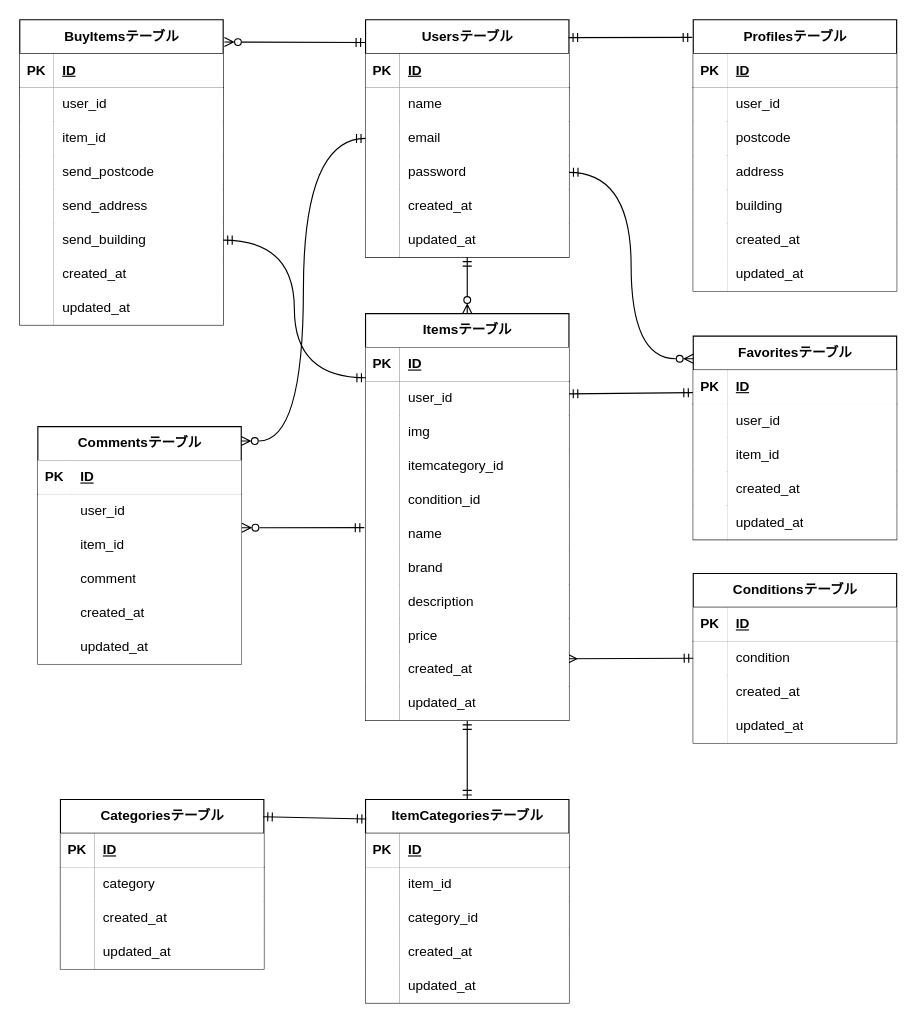
The draw.io diagram src/design/er.drawio in hisano-satomi/flea-market, before the edit. Source tidied: cells renumbered, new cells numbered last; positions are measured from the earlier drawing's top-left corner, leaving out a move shared by most shapes. Both pictures are drawn from the tidied source at 113%, with x=0, y=0 at pixel (19, 19).
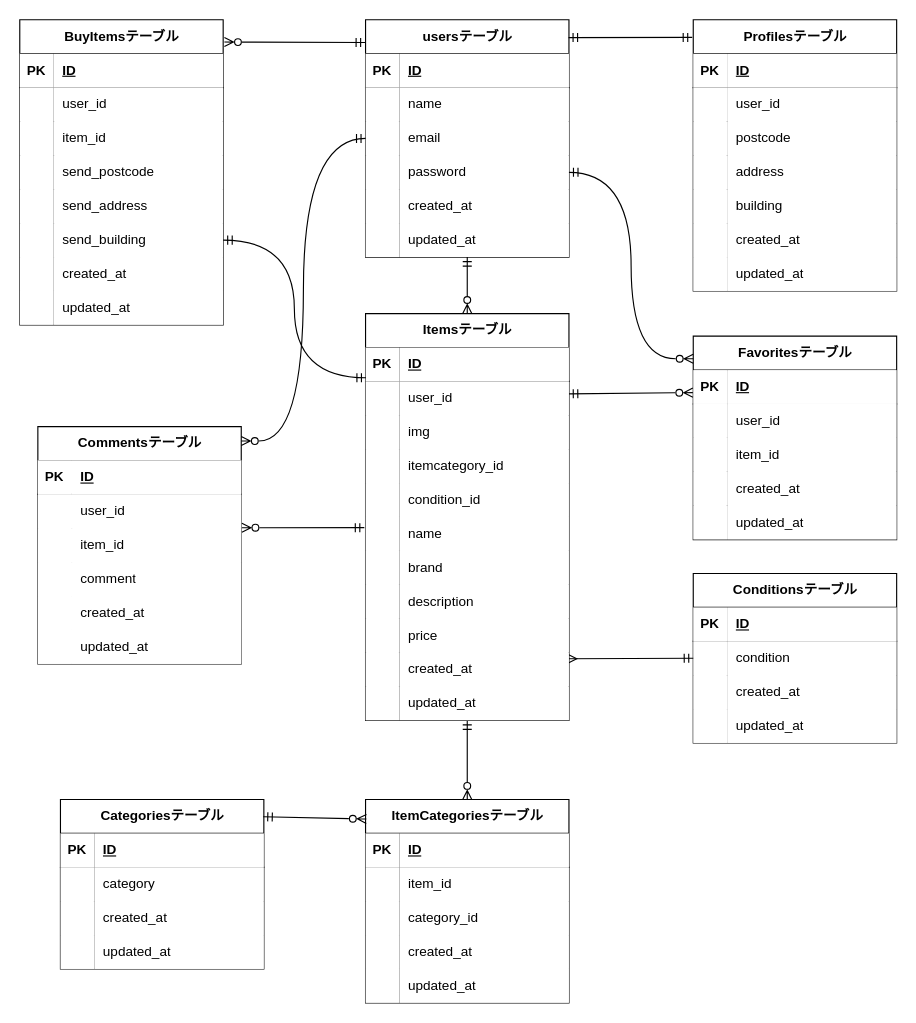
The same page after the edit.

Unchanged cells that the change refers to:
```xml
<mxCell id="47" style="shape=tableRow;horizontal=0;startSize=0;swimlaneHead=0;swimlaneBody=0;fillColor=none;points=[[0,0.5],[1,0.5]];portConstraint=eastwest;top=0;left=0;right=0;bottom=1;" parent="46" vertex="1">
  <mxGeometry y="30" width="180" height="30" as="geometry" />
</mxCell>
<mxCell id="62" value="Categoriesテーブル" style="shape=table;startSize=30;childLayout=tableLayout;rowLines=0;fontStyle=1;align=center;html=1;" parent="1" vertex="1">
  <mxGeometry x="36" y="690" width="180" height="150" as="geometry" />
</mxCell>
<mxCell id="75" value="ItemCategoriesテーブル" style="shape=table;startSize=30;childLayout=tableLayout;rowLines=0;fontStyle=1;align=center;html=1;" parent="1" vertex="1">
  <mxGeometry x="306" y="690" width="180" height="180" as="geometry" />
</mxCell>
<mxCell id="155" value="Itemsテーブル" style="shape=table;startSize=30;childLayout=tableLayout;rowLines=0;fontStyle=1;align=center;html=1;" parent="1" vertex="1">
  <mxGeometry x="306" y="260" width="180" height="360" as="geometry" />
</mxCell>
<mxCell id="159" style="shape=tableRow;horizontal=0;startSize=0;swimlaneHead=0;swimlaneBody=0;fillColor=none;points=[[0,0.5],[1,0.5]];portConstraint=eastwest;top=0;left=0;right=0;bottom=0;" parent="155" vertex="1">
  <mxGeometry y="60" width="180" height="30" as="geometry" />
</mxCell>
```

What changed in the source:
```diff
@@
-    <mxCell id="2" value="Usersテーブル" style="shape=table;startSize=30;childLayout=tableLayout;rowLines=0;fontStyle=1;align=center;html=1;" parent="1" vertex="1">
+    <mxCell id="2" value="usersテーブル" style="shape=table;startSize=30;childLayout=tableLayout;rowLines=0;fontStyle=1;align=center;html=1;" parent="1" vertex="1">
       <mxGeometry x="306" width="180" height="210" as="geometry" />
     </mxCell>
@@
-    <mxCell id="126" style="fontSize=12;html=1;endArrow=ERmandOne;startArrow=ERmandOne;entryX=0.999;entryY=0.369;entryDx=0;entryDy=0;entryPerimeter=0;exitX=-0.002;exitY=0.665;exitDx=0;exitDy=0;exitPerimeter=0;" parent="1" edge="1" source="47" target="159">
+    <mxCell id="126" style="fontSize=12;html=1;endArrow=ERmandOne;startArrow=ERzeroToMany;entryX=0.999;entryY=0.369;entryDx=0;entryDy=0;entryPerimeter=0;exitX=-0.002;exitY=0.665;exitDx=0;exitDy=0;exitPerimeter=0;startFill=0;" parent="1" edge="1" source="47" target="159">
       <mxGeometry relative="1" as="geometry" />
     </mxCell>
-    <mxCell id="127" style="fontSize=12;html=1;endArrow=ERmandOne;startArrow=ERmandOne;entryX=0.997;entryY=0.102;entryDx=0;entryDy=0;entryPerimeter=0;startFill=0;exitX=0.004;exitY=0.096;exitDx=0;exitDy=0;exitPerimeter=0;" parent="1" edge="1" source="75" target="62">
+    <mxCell id="127" style="fontSize=12;html=1;endArrow=ERmandOne;startArrow=ERzeroToMany;entryX=0.997;entryY=0.102;entryDx=0;entryDy=0;entryPerimeter=0;startFill=0;exitX=0.004;exitY=0.096;exitDx=0;exitDy=0;exitPerimeter=0;" parent="1" edge="1" source="75" target="62">
       <mxGeometry relative="1" as="geometry" />
     </mxCell>
-    <mxCell id="128" style="fontSize=12;html=1;endArrow=ERmandOne;startArrow=ERmandOne;exitX=0.5;exitY=0;exitDx=0;exitDy=0;entryX=0.5;entryY=1;entryDx=0;entryDy=0;" parent="1" edge="1" source="75" target="155">
+    <mxCell id="128" style="fontSize=12;html=1;endArrow=ERmandOne;startArrow=ERzeroToMany;exitX=0.5;exitY=0;exitDx=0;exitDy=0;entryX=0.5;entryY=1;entryDx=0;entryDy=0;startFill=0;" parent="1" edge="1" source="75" target="155">
       <mxGeometry relative="1" as="geometry" />
     </mxCell>
```
